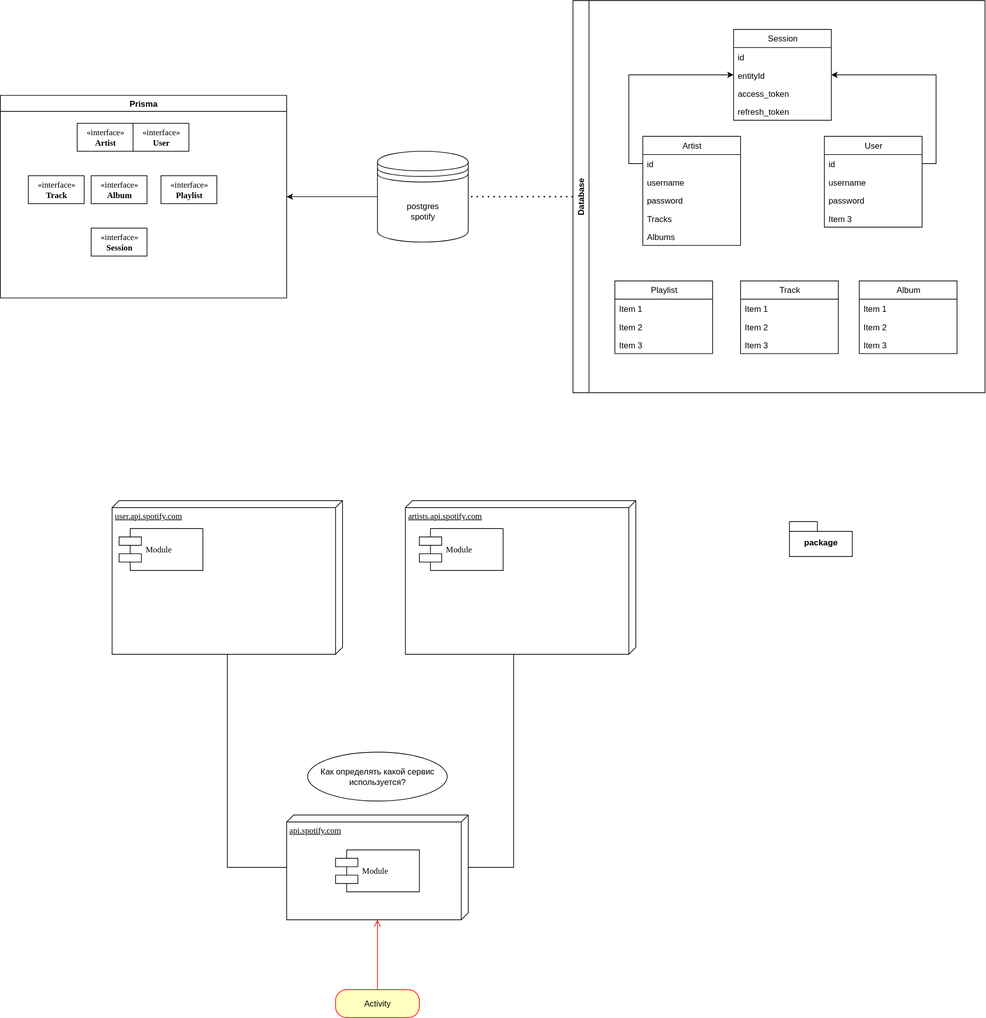
This is Microservices.svg from Lordpluha/spotify-clone, a draw.io export, as it was before one commit. Source tidied: cells renumbered, new cells last; positions are measured from the earlier drawing's top-left corner, leaving out a move shared by most shapes.
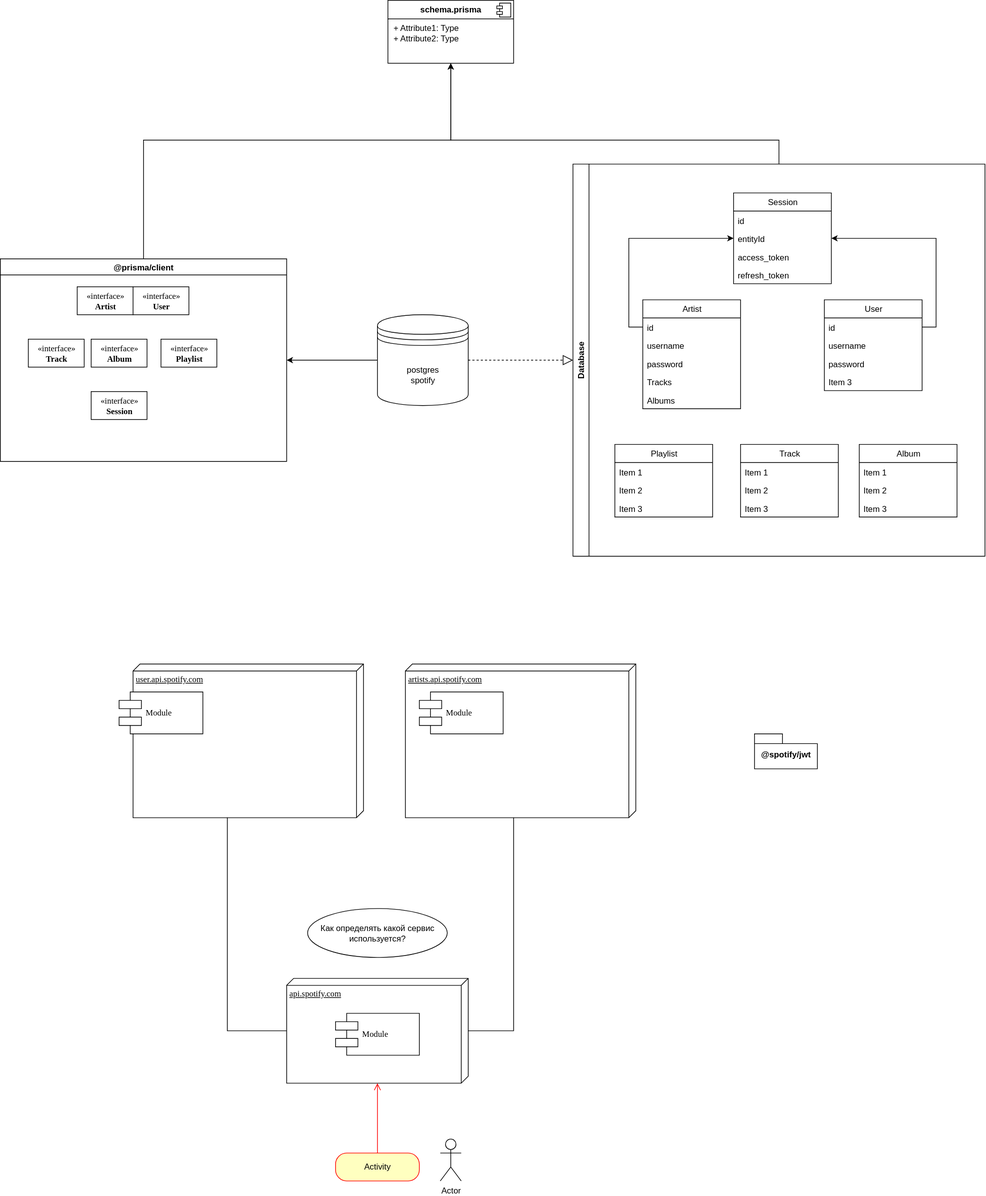
The same file after the commit.

What changed in the source:
```diff
@@ -3,7 +3,7 @@
     <mxCell id="0" />
     <mxCell id="1" parent="0" />
     <mxCell id="2" value="user.api.spotify.com" style="verticalAlign=top;align=left;spacingTop=8;spacingLeft=2;spacingRight=12;shape=cube;size=10;direction=south;fontStyle=4;html=1;rounded=0;shadow=0;comic=0;labelBackgroundColor=none;strokeWidth=1;fontFamily=Verdana;fontSize=12;" parent="1" vertex="1">
-      <mxGeometry x="160" y="716" width="330" height="220" as="geometry" />
+      <mxGeometry x="190" y="716" width="330" height="220" as="geometry" />
     </mxCell>
     <mxCell id="3" value="artists.api.spotify.com" style="verticalAlign=top;align=left;spacingTop=8;spacingLeft=2;spacingRight=12;shape=cube;size=10;direction=south;fontStyle=4;html=1;rounded=0;shadow=0;comic=0;labelBackgroundColor=none;strokeWidth=1;fontFamily=Verdana;fontSize=12;" parent="1" vertex="1">
       <mxGeometry x="580" y="716" width="330" height="220" as="geometry" />
@@ -41,9 +41,17 @@
       <mxGeometry x="540" y="216" width="130" height="130" as="geometry" />
     </mxCell>
     <mxCell id="12" value="Как определять какой сервис используется?" style="ellipse;whiteSpace=wrap;html=1;align=center;newEdgeStyle={&quot;edgeStyle&quot;:&quot;entityRelationEdgeStyle&quot;,&quot;startArrow&quot;:&quot;none&quot;,&quot;endArrow&quot;:&quot;none&quot;,&quot;segment&quot;:10,&quot;curved&quot;:1,&quot;sourcePerimeterSpacing&quot;:0,&quot;targetPerimeterSpacing&quot;:0};" parent="1" vertex="1">
-      <mxGeometry x="440" y="1076" width="200" height="70" as="geometry" />
+      <mxGeometry x="440" y="1066" width="200" height="70" as="geometry" />
     </mxCell>
+    <mxCell id="55" style="edgeStyle=orthogonalEdgeStyle;rounded=0;jettySize=auto;html=1;entryX=0.5;entryY=1;entryDx=0;entryDy=0;" parent="1" edge="1" source="13" target="59">
+      <mxGeometry relative="1" as="geometry">
+        <Array as="points">
+          <mxPoint x="205" y="-34" />
+          <mxPoint x="645" y="-34" />
+        </Array>
+      </mxGeometry>
+    </mxCell>
-    <mxCell id="13" value="Prisma" style="swimlane;" parent="1" vertex="1">
+    <mxCell id="13" value="@prisma/client" style="swimlane;" parent="1" vertex="1">
       <mxGeometry y="136" width="410" height="290" as="geometry" />
     </mxCell>
     <mxCell id="14" value="«interface»&lt;br&gt;&lt;b&gt;Artist&lt;/b&gt;" style="html=1;rounded=0;shadow=0;comic=0;labelBackgroundColor=none;strokeWidth=1;fontFamily=Verdana;fontSize=12;align=center;" parent="13" vertex="1">
@@ -64,6 +72,14 @@
     <mxCell id="19" value="«interface»&lt;br&gt;&lt;b&gt;Session&lt;/b&gt;" style="html=1;rounded=0;shadow=0;comic=0;labelBackgroundColor=none;strokeWidth=1;fontFamily=Verdana;fontSize=12;align=center;" parent="13" vertex="1">
       <mxGeometry x="130" y="190" width="80" height="40" as="geometry" />
     </mxCell>
+    <mxCell id="56" style="edgeStyle=orthogonalEdgeStyle;rounded=0;jettySize=auto;html=1;entryX=0.5;entryY=1;entryDx=0;entryDy=0;" parent="1" edge="1" source="20" target="59">
+      <mxGeometry relative="1" as="geometry">
+        <Array as="points">
+          <mxPoint x="1115" y="-34" />
+          <mxPoint x="645" y="-34" />
+        </Array>
+      </mxGeometry>
+    </mxCell>
     <mxCell id="20" value="Database" style="swimlane;horizontal=0;whiteSpace=wrap;html=1;" parent="1" vertex="1">
       <mxGeometry x="820" y="0.4" width="590" height="561.2" as="geometry" />
     </mxCell>
@@ -167,11 +183,8 @@
         </Array>
       </mxGeometry>
     </mxCell>
-    <mxCell id="51" style="endArrow=none;dashed=1;html=1;dashPattern=1 3;strokeWidth=2;rounded=0;entryX=1;entryY=0.5;entryDx=0;entryDy=0;exitX=0;exitY=0.5;exitDx=0;exitDy=0;" parent="1" edge="1" source="20" target="11">
-      <mxGeometry relative="1" as="geometry" />
-    </mxCell>
-    <mxCell id="52" value="package" style="shape=folder;fontStyle=1;spacingTop=10;tabWidth=40;tabHeight=14;tabPosition=left;html=1;whiteSpace=wrap;" parent="1" vertex="1">
-      <mxGeometry x="1130" y="746" width="90" height="50" as="geometry" />
+    <mxCell id="52" value="@spotify/jwt" style="shape=folder;fontStyle=1;spacingTop=10;tabWidth=40;tabHeight=14;tabPosition=left;html=1;whiteSpace=wrap;" parent="1" vertex="1">
+      <mxGeometry x="1080" y="816" width="90" height="50" as="geometry" />
     </mxCell>
     <mxCell id="53" value="Activity" style="rounded=1;whiteSpace=wrap;html=1;arcSize=40;fontColor=#000000;fillColor=#ffffc0;strokeColor=#ff0000;" parent="1" vertex="1">
       <mxGeometry x="480" y="1416" width="120" height="40" as="geometry" />
@@ -181,5 +194,19 @@
         <mxPoint x="540" y="1316" as="targetPoint" />
       </mxGeometry>
     </mxCell>
+    <mxCell id="57" value="Actor" style="shape=umlActor;verticalLabelPosition=bottom;verticalAlign=top;html=1;" parent="1" vertex="1">
+      <mxGeometry x="630" y="1396" width="30" height="60" as="geometry" />
+    </mxCell>
+    <mxCell id="58" style="endArrow=block;dashed=1;endFill=0;endSize=12;html=1;rounded=0;exitX=1;exitY=0.5;exitDx=0;exitDy=0;entryX=0;entryY=0.5;entryDx=0;entryDy=0;" parent="1" edge="1" source="11" target="20">
+      <mxGeometry relative="1" as="geometry" />
+    </mxCell>
+    <mxCell id="59" value="&lt;p style=&quot;margin:0px;margin-top:6px;text-align:center;&quot;&gt;&lt;b&gt;schema.prisma&lt;/b&gt;&lt;/p&gt;&lt;hr size=&quot;1&quot; style=&quot;border-style:solid;&quot;&gt;&lt;p style=&quot;margin:0px;margin-left:8px;&quot;&gt;+ Attribute1: Type&lt;br&gt;+ Attribute2: Type&lt;/p&gt;" style="align=left;overflow=fill;html=1;whiteSpace=wrap;" parent="1" vertex="1">
+      <mxGeometry x="555" y="-234" width="180" height="90" as="geometry" />
+    </mxCell>
+    <mxCell id="60" style="shape=component;jettyWidth=8;jettyHeight=4;" parent="59" vertex="1">
+      <mxGeometry x="1" width="20" height="20" relative="1" as="geometry">
+        <mxPoint x="-24" y="4" as="offset" />
+      </mxGeometry>
+    </mxCell>
   </root>
 </mxGraphModel>
```
